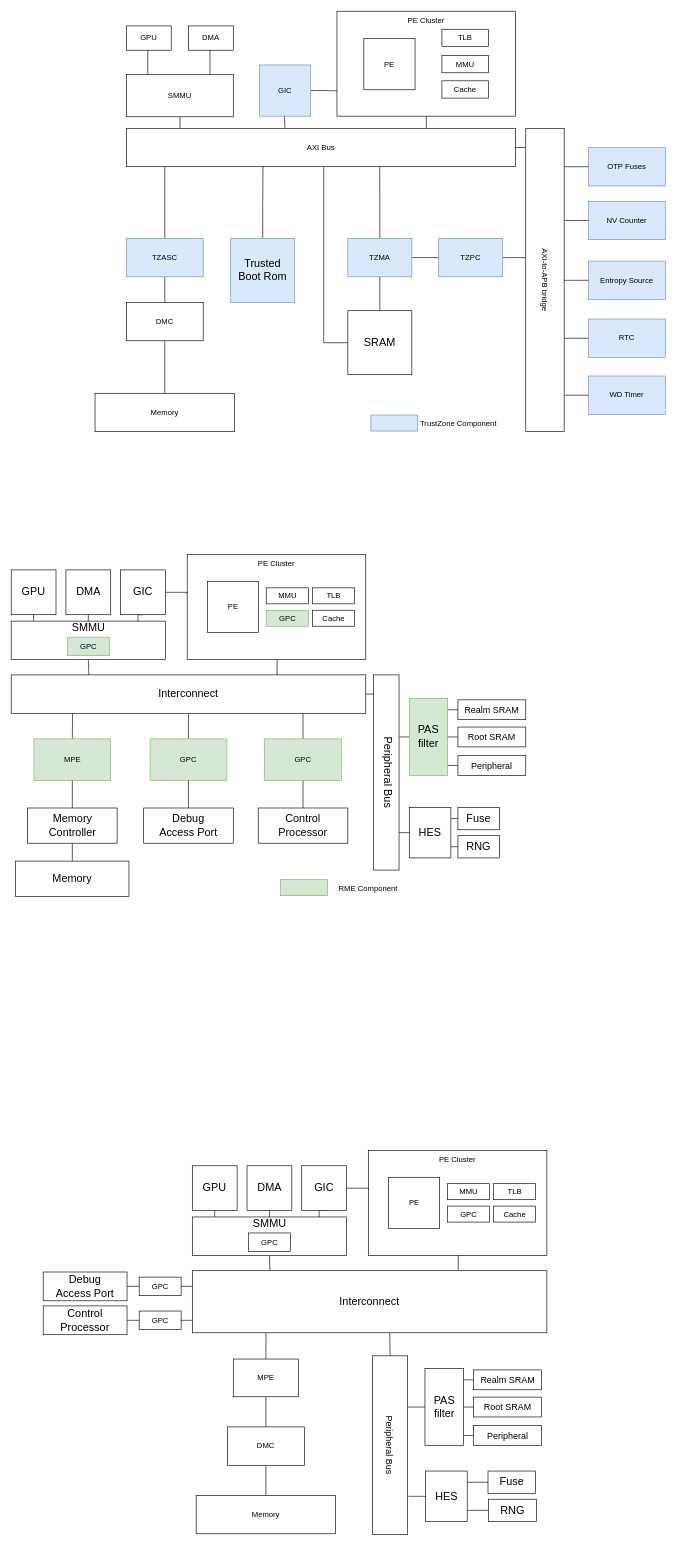
The draw.io diagram p3.drawio in EdisonE3/vue_learn, before the edit. Source tidied: cells renumbered, new cells numbered last; positions are measured from the earlier drawing's top-left corner, leaving out a move shared by most shapes. Both pictures are drawn from the tidied source at 64%, with x=0, y=0 at pixel (11, 11).
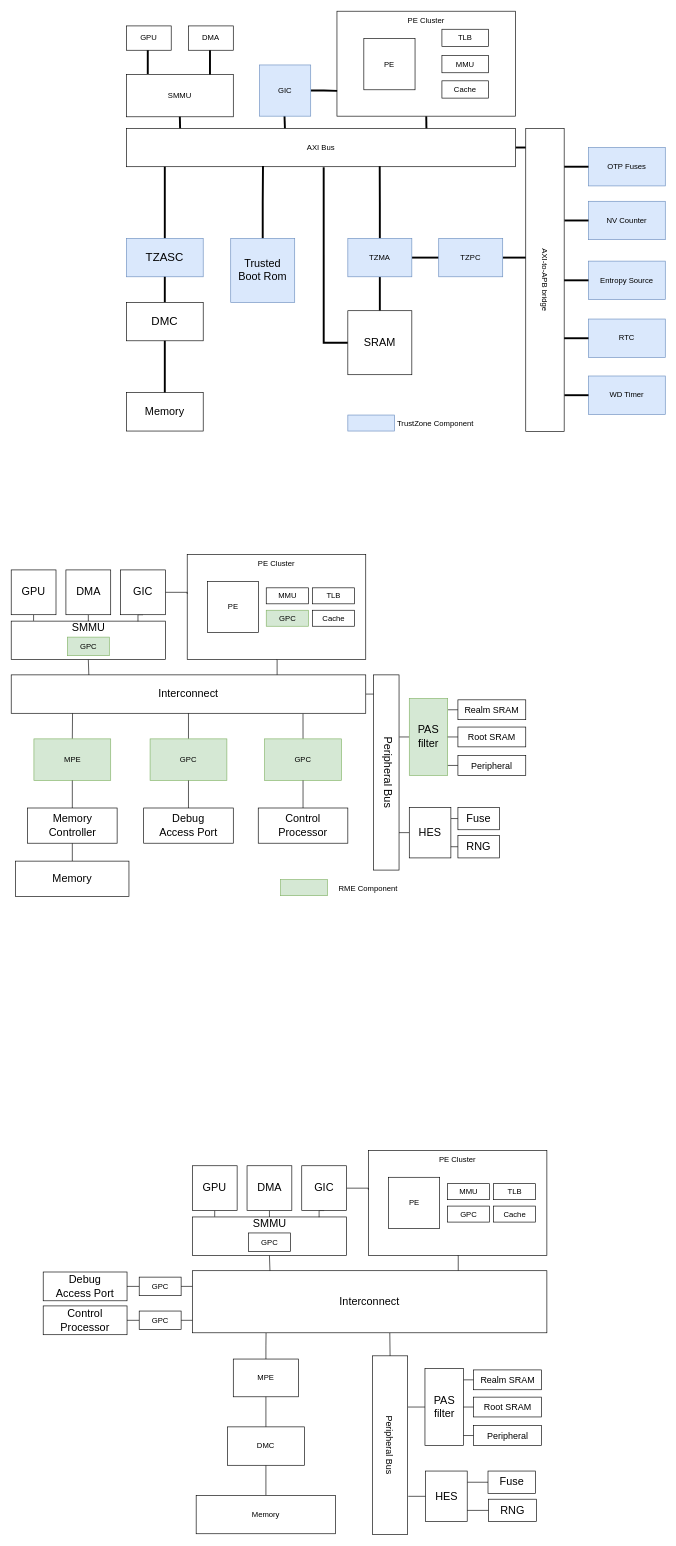
After the change.

The change refers to these unchanged cells:
```xml
<mxCell id="3" value="AXI Bus" style="rounded=0;whiteSpace=wrap;html=1;" parent="1" vertex="1">
  <mxGeometry x="180" y="183" width="608" height="60" as="geometry" />
</mxCell>
<mxCell id="5" style="rounded=0;whiteSpace=wrap;html=1;" parent="1" vertex="1">
  <mxGeometry x="509" width="279" height="164" as="geometry" />
</mxCell>
<mxCell id="8" value="GIC" style="whiteSpace=wrap;html=1;fillColor=#dae8fc;strokeColor=#6c8ebf;" parent="1" vertex="1">
  <mxGeometry x="388" y="84" width="80" height="80" as="geometry" />
</mxCell>
<mxCell id="14" style="group;" parent="1" vertex="1">
  <mxGeometry x="180" y="23" width="167" height="142" as="geometry" />
</mxCell>
<mxCell id="15" value="SMMU" style="rounded=0;whiteSpace=wrap;html=1;" parent="14" vertex="1">
  <mxGeometry y="76" width="167" height="66" as="geometry" />
</mxCell>
<mxCell id="17" value="GPU" style="rounded=0;whiteSpace=wrap;html=1;" parent="14" vertex="1">
  <mxGeometry width="70" height="38" as="geometry" />
</mxCell>
<mxCell id="19" value="DMA" style="rounded=0;whiteSpace=wrap;html=1;" parent="14" vertex="1">
  <mxGeometry x="97" width="70" height="38" as="geometry" />
</mxCell>
<mxCell id="22" style="rounded=0;whiteSpace=wrap;html=1;direction=south;" parent="21" vertex="1">
  <mxGeometry width="60" height="474" as="geometry" />
</mxCell>
<mxCell id="33" value="TZMA" style="rounded=0;whiteSpace=wrap;html=1;fillColor=#dae8fc;strokeColor=#6c8ebf;" parent="1" vertex="1">
  <mxGeometry x="526" y="355" width="100" height="60" as="geometry" />
</mxCell>
<mxCell id="35" value="TZPC" style="rounded=0;whiteSpace=wrap;html=1;fillColor=#dae8fc;strokeColor=#6c8ebf;" parent="1" vertex="1">
  <mxGeometry x="668" y="355" width="100" height="60" as="geometry" />
</mxCell>
<mxCell id="37" value="&lt;font style=&quot;font-size: 17px;&quot;&gt;SRAM&lt;/font&gt;" style="whiteSpace=wrap;html=1;" parent="1" vertex="1">
  <mxGeometry x="526" y="468" width="100" height="100" as="geometry" />
</mxCell>
<mxCell id="39" value="&lt;font style=&quot;font-size: 17px;&quot;&gt;Trusted &lt;br&gt;Boot Rom&lt;/font&gt;" style="whiteSpace=wrap;html=1;fillColor=#dae8fc;strokeColor=#6c8ebf;" parent="1" vertex="1">
  <mxGeometry x="343" y="355" width="100" height="100" as="geometry" />
</mxCell>
<mxCell id="149" value="OTP Fuses" style="rounded=0;whiteSpace=wrap;html=1;fillColor=#dae8fc;strokeColor=#6c8ebf;" parent="148" vertex="1">
  <mxGeometry width="120" height="60" as="geometry" />
</mxCell>
<mxCell id="150" value="NV Counter" style="rounded=0;whiteSpace=wrap;html=1;fillColor=#dae8fc;strokeColor=#6c8ebf;" parent="148" vertex="1">
  <mxGeometry y="84" width="120" height="60" as="geometry" />
</mxCell>
<mxCell id="151" value="Entropy Source" style="rounded=0;whiteSpace=wrap;html=1;fillColor=#dae8fc;strokeColor=#6c8ebf;" parent="148" vertex="1">
  <mxGeometry y="177.5" width="120" height="60" as="geometry" />
</mxCell>
<mxCell id="152" value="RTC" style="rounded=0;whiteSpace=wrap;html=1;fillColor=#dae8fc;strokeColor=#6c8ebf;" parent="148" vertex="1">
  <mxGeometry y="268" width="120" height="60" as="geometry" />
</mxCell>
<mxCell id="153" value="WD Timer" style="rounded=0;whiteSpace=wrap;html=1;fillColor=#dae8fc;strokeColor=#6c8ebf;" parent="148" vertex="1">
  <mxGeometry y="357" width="120" height="60" as="geometry" />
</mxCell>
```

Change to the diagram source:
```diff
@@
-    <mxCell id="2" style="edgeStyle=orthogonalEdgeStyle;rounded=0;jettySize=auto;html=1;exitX=1;exitY=0.5;exitDx=0;exitDy=0;entryX=0.063;entryY=0.998;entryDx=0;entryDy=0;entryPerimeter=0;endArrow=none;endFill=0;" parent="1" edge="1" source="3" target="22">
+    <mxCell id="2" style="edgeStyle=orthogonalEdgeStyle;rounded=0;jettySize=auto;html=1;exitX=1;exitY=0.5;exitDx=0;exitDy=0;entryX=0.063;entryY=0.998;entryDx=0;entryDy=0;entryPerimeter=0;endArrow=none;endFill=0;strokeWidth=3;" parent="1" edge="1" source="3" target="22">
       <mxGeometry relative="1" as="geometry" />
     </mxCell>
@@
-    <mxCell id="4" style="edgeStyle=orthogonalEdgeStyle;rounded=0;jettySize=auto;html=1;exitX=0.5;exitY=1;exitDx=0;exitDy=0;entryX=0.771;entryY=0;entryDx=0;entryDy=0;entryPerimeter=0;endArrow=none;endFill=0;" parent="1" edge="1" source="5" target="3">
+    <mxCell id="4" style="edgeStyle=orthogonalEdgeStyle;rounded=0;jettySize=auto;html=1;exitX=0.5;exitY=1;exitDx=0;exitDy=0;entryX=0.771;entryY=0;entryDx=0;entryDy=0;entryPerimeter=0;endArrow=none;endFill=0;strokeWidth=3;" parent="1" edge="1" source="5" target="3">
       <mxGeometry relative="1" as="geometry" />
     </mxCell>
@@
-    <mxCell id="6" style="edgeStyle=orthogonalEdgeStyle;rounded=0;jettySize=auto;html=1;exitX=1;exitY=0.5;exitDx=0;exitDy=0;entryX=0.001;entryY=0.759;entryDx=0;entryDy=0;entryPerimeter=0;endArrow=none;endFill=0;" parent="1" edge="1" source="8" target="5">
+    <mxCell id="6" style="edgeStyle=orthogonalEdgeStyle;rounded=0;jettySize=auto;html=1;exitX=1;exitY=0.5;exitDx=0;exitDy=0;entryX=0.001;entryY=0.759;entryDx=0;entryDy=0;entryPerimeter=0;endArrow=none;endFill=0;strokeWidth=3;" parent="1" edge="1" source="8" target="5">
       <mxGeometry relative="1" as="geometry" />
     </mxCell>
-    <mxCell id="7" style="edgeStyle=orthogonalEdgeStyle;rounded=0;orthogonalLoop=1;jettySize=auto;html=1;exitX=0.5;exitY=1;exitDx=0;exitDy=0;entryX=0.409;entryY=0.017;entryDx=0;entryDy=0;entryPerimeter=0;endArrow=none;endFill=0;" parent="1" edge="1">
+    <mxCell id="7" style="edgeStyle=orthogonalEdgeStyle;rounded=0;orthogonalLoop=1;jettySize=auto;html=1;exitX=0.5;exitY=1;exitDx=0;exitDy=0;entryX=0.409;entryY=0.017;entryDx=0;entryDy=0;entryPerimeter=0;endArrow=none;endFill=0;strokeWidth=3;" parent="1" edge="1">
       <mxGeometry relative="1" as="geometry">
         <mxPoint x="427" y="163" as="sourcePoint" />
         <mxPoint x="427.7" y="183" as="targetPoint" />
       </mxGeometry>
     </mxCell>
@@
-    <mxCell id="16" style="edgeStyle=orthogonalEdgeStyle;rounded=0;jettySize=auto;html=1;exitX=0.5;exitY=1;exitDx=0;exitDy=0;entryX=0.2;entryY=-0.011;entryDx=0;entryDy=0;entryPerimeter=0;endArrow=none;endFill=0;" parent="14" edge="1" source="17" target="15">
+    <mxCell id="16" style="edgeStyle=orthogonalEdgeStyle;rounded=0;jettySize=auto;html=1;exitX=0.5;exitY=1;exitDx=0;exitDy=0;entryX=0.2;entryY=-0.011;entryDx=0;entryDy=0;entryPerimeter=0;endArrow=none;endFill=0;strokeWidth=3;" parent="14" edge="1" source="17" target="15">
       <mxGeometry relative="1" as="geometry" />
     </mxCell>
@@
-    <mxCell id="18" style="edgeStyle=orthogonalEdgeStyle;rounded=0;jettySize=auto;html=1;exitX=0.5;exitY=1;exitDx=0;exitDy=0;entryX=0.782;entryY=-0.003;entryDx=0;entryDy=0;entryPerimeter=0;endArrow=none;endFill=0;" parent="14" edge="1" source="19" target="15">
+    <mxCell id="18" style="edgeStyle=orthogonalEdgeStyle;rounded=0;jettySize=auto;html=1;exitX=0.5;exitY=1;exitDx=0;exitDy=0;entryX=0.782;entryY=-0.003;entryDx=0;entryDy=0;entryPerimeter=0;endArrow=none;endFill=0;strokeWidth=3;" parent="14" edge="1" source="19" target="15">
       <mxGeometry relative="1" as="geometry" />
     </mxCell>
@@
-    <mxCell id="20" style="edgeStyle=orthogonalEdgeStyle;rounded=0;jettySize=auto;html=1;exitX=0.5;exitY=1;exitDx=0;exitDy=0;entryX=0.138;entryY=0;entryDx=0;entryDy=0;entryPerimeter=0;endArrow=none;endFill=0;" parent="1" edge="1" source="15" target="3">
+    <mxCell id="20" style="edgeStyle=orthogonalEdgeStyle;rounded=0;jettySize=auto;html=1;exitX=0.5;exitY=1;exitDx=0;exitDy=0;entryX=0.138;entryY=0;entryDx=0;entryDy=0;entryPerimeter=0;endArrow=none;endFill=0;strokeWidth=3;" parent="1" edge="1" source="15" target="3">
       <mxGeometry relative="1" as="geometry" />
     </mxCell>
@@
-    <mxCell id="24" style="edgeStyle=orthogonalEdgeStyle;rounded=0;jettySize=auto;html=1;exitX=0.5;exitY=0;exitDx=0;exitDy=0;endArrow=none;endFill=0;" parent="1" edge="1" source="26">
+    <mxCell id="24" style="edgeStyle=orthogonalEdgeStyle;rounded=0;jettySize=auto;html=1;exitX=0.5;exitY=0;exitDx=0;exitDy=0;endArrow=none;endFill=0;strokeWidth=3;" parent="1" edge="1" source="26">
       <mxGeometry relative="1" as="geometry">
         <mxPoint x="240" y="243" as="targetPoint" />
       </mxGeometry>
     </mxCell>
-    <mxCell id="25" style="edgeStyle=orthogonalEdgeStyle;rounded=0;jettySize=auto;html=1;exitX=0.5;exitY=1;exitDx=0;exitDy=0;entryX=0.5;entryY=0;entryDx=0;entryDy=0;endArrow=none;endFill=0;" parent="1" edge="1" source="26" target="28">
-      <mxGeometry relative="1" as="geometry" />
-    </mxCell>
-    <mxCell id="26" value="TZASC" style="rounded=0;whiteSpace=wrap;html=1;fillColor=#dae8fc;strokeColor=#6c8ebf;" parent="1" vertex="1">
+    <mxCell id="26" value="&lt;font style=&quot;font-size: 18px;&quot;&gt;TZASC&lt;/font&gt;" style="rounded=0;whiteSpace=wrap;html=1;fillColor=#dae8fc;strokeColor=#6c8ebf;" parent="1" vertex="1">
       <mxGeometry x="180" y="355" width="120" height="60" as="geometry" />
     </mxCell>
-    <mxCell id="27" style="edgeStyle=orthogonalEdgeStyle;rounded=0;jettySize=auto;html=1;exitX=0.5;exitY=1;exitDx=0;exitDy=0;entryX=0.5;entryY=0;entryDx=0;entryDy=0;endArrow=none;endFill=0;" parent="1" edge="1" source="28" target="29">
-      <mxGeometry relative="1" as="geometry" />
-    </mxCell>
+    <mxCell id="159" style="edgeStyle=orthogonalEdgeStyle;rounded=0;jettySize=auto;html=1;exitX=0.5;exitY=0;exitDx=0;exitDy=0;entryX=0.5;entryY=1;entryDx=0;entryDy=0;fontSize=18;endArrow=none;endFill=0;strokeWidth=3;" parent="1" edge="1" source="28" target="26">
+      <mxGeometry relative="1" as="geometry" />
+    </mxCell>
-    <mxCell id="28" value="DMC" style="rounded=0;whiteSpace=wrap;html=1;" parent="1" vertex="1">
+    <mxCell id="28" value="&lt;font style=&quot;font-size: 18px;&quot;&gt;DMC&lt;/font&gt;" style="rounded=0;whiteSpace=wrap;html=1;" parent="1" vertex="1">
       <mxGeometry x="180" y="455" width="120" height="60" as="geometry" />
     </mxCell>
-    <mxCell id="29" value="Memory" style="rounded=0;whiteSpace=wrap;html=1;" parent="1" vertex="1">
-      <mxGeometry x="131" y="597" width="218" height="60" as="geometry" />
-    </mxCell>
-    <mxCell id="30" style="edgeStyle=orthogonalEdgeStyle;rounded=0;jettySize=auto;html=1;exitX=1;exitY=0.5;exitDx=0;exitDy=0;entryX=0;entryY=0.5;entryDx=0;entryDy=0;fontSize=17;endArrow=none;endFill=0;" parent="1" edge="1" source="33" target="35">
+    <mxCell id="30" style="edgeStyle=orthogonalEdgeStyle;rounded=0;jettySize=auto;html=1;exitX=1;exitY=0.5;exitDx=0;exitDy=0;entryX=0;entryY=0.5;entryDx=0;entryDy=0;fontSize=17;endArrow=none;endFill=0;strokeWidth=3;" parent="1" edge="1" source="33" target="35">
       <mxGeometry relative="1" as="geometry" />
     </mxCell>
-    <mxCell id="31" style="edgeStyle=orthogonalEdgeStyle;rounded=0;jettySize=auto;html=1;exitX=0.5;exitY=1;exitDx=0;exitDy=0;entryX=0.5;entryY=0;entryDx=0;entryDy=0;fontSize=17;endArrow=none;endFill=0;" parent="1" edge="1" source="33" target="37">
+    <mxCell id="31" style="edgeStyle=orthogonalEdgeStyle;rounded=0;jettySize=auto;html=1;exitX=0.5;exitY=1;exitDx=0;exitDy=0;entryX=0.5;entryY=0;entryDx=0;entryDy=0;fontSize=17;endArrow=none;endFill=0;strokeWidth=3;" parent="1" edge="1" source="33" target="37">
       <mxGeometry relative="1" as="geometry" />
     </mxCell>
-    <mxCell id="32" style="edgeStyle=orthogonalEdgeStyle;rounded=0;jettySize=auto;html=1;exitX=0.5;exitY=0;exitDx=0;exitDy=0;entryX=0.651;entryY=0.987;entryDx=0;entryDy=0;entryPerimeter=0;fontSize=17;endArrow=none;endFill=0;" parent="1" edge="1" source="33" target="3">
+    <mxCell id="32" style="edgeStyle=orthogonalEdgeStyle;rounded=0;jettySize=auto;html=1;exitX=0.5;exitY=0;exitDx=0;exitDy=0;entryX=0.651;entryY=0.987;entryDx=0;entryDy=0;entryPerimeter=0;fontSize=17;endArrow=none;endFill=0;strokeWidth=3;" parent="1" edge="1" source="33" target="3">
       <mxGeometry relative="1" as="geometry" />
     </mxCell>
@@
-    <mxCell id="34" style="edgeStyle=orthogonalEdgeStyle;rounded=0;jettySize=auto;html=1;exitX=1;exitY=0.5;exitDx=0;exitDy=0;entryX=0.426;entryY=1.002;entryDx=0;entryDy=0;entryPerimeter=0;endArrow=none;endFill=0;" parent="1" edge="1" source="35" target="22">
+    <mxCell id="34" style="edgeStyle=orthogonalEdgeStyle;rounded=0;jettySize=auto;html=1;exitX=1;exitY=0.5;exitDx=0;exitDy=0;entryX=0.426;entryY=1.002;entryDx=0;entryDy=0;entryPerimeter=0;endArrow=none;endFill=0;strokeWidth=3;" parent="1" edge="1" source="35" target="22">
       <mxGeometry relative="1" as="geometry" />
     </mxCell>
@@
-    <mxCell id="36" style="edgeStyle=orthogonalEdgeStyle;rounded=0;jettySize=auto;html=1;exitX=0;exitY=0.5;exitDx=0;exitDy=0;entryX=0.507;entryY=1.011;entryDx=0;entryDy=0;entryPerimeter=0;fontSize=17;endArrow=none;endFill=0;" parent="1" edge="1" source="37" target="3">
+    <mxCell id="36" style="edgeStyle=orthogonalEdgeStyle;rounded=0;jettySize=auto;html=1;exitX=0;exitY=0.5;exitDx=0;exitDy=0;entryX=0.507;entryY=1.011;entryDx=0;entryDy=0;entryPerimeter=0;fontSize=17;endArrow=none;endFill=0;strokeWidth=3;" parent="1" edge="1" source="37" target="3">
       <mxGeometry relative="1" as="geometry" />
     </mxCell>
@@
-    <mxCell id="38" style="edgeStyle=orthogonalEdgeStyle;rounded=0;jettySize=auto;html=1;exitX=0.5;exitY=0;exitDx=0;exitDy=0;fontSize=17;endArrow=none;endFill=0;entryX=0.351;entryY=0.983;entryDx=0;entryDy=0;entryPerimeter=0;" parent="1" edge="1" source="39" target="3">
+    <mxCell id="38" style="edgeStyle=orthogonalEdgeStyle;rounded=0;jettySize=auto;html=1;exitX=0.5;exitY=0;exitDx=0;exitDy=0;fontSize=17;endArrow=none;endFill=0;entryX=0.351;entryY=0.983;entryDx=0;entryDy=0;entryPerimeter=0;strokeWidth=3;" parent="1" edge="1" source="39" target="3">
       <mxGeometry relative="1" as="geometry" />
     </mxCell>
@@
     <mxCell id="144" style="rounded=0;whiteSpace=wrap;html=1;fillColor=#dae8fc;strokeColor=#6c8ebf;" parent="1" vertex="1">
-      <mxGeometry x="562" y="631" width="73" height="25" as="geometry" />
+      <mxGeometry x="526" y="631" width="73" height="25" as="geometry" />
     </mxCell>
     <mxCell id="145" value="TrustZone Component" style="text;html=1;strokeColor=none;fillColor=none;align=center;verticalAlign=middle;whiteSpace=wrap;rounded=0;" parent="1" vertex="1">
-      <mxGeometry x="635" y="632" width="128" height="25" as="geometry" />
+      <mxGeometry x="599" y="632" width="128" height="25" as="geometry" />
     </mxCell>
@@
-    <mxCell id="154" style="edgeStyle=orthogonalEdgeStyle;rounded=0;jettySize=auto;html=1;exitX=0;exitY=0.5;exitDx=0;exitDy=0;entryX=0.5;entryY=0;entryDx=0;entryDy=0;endArrow=none;endFill=0;" parent="1" edge="1" source="151" target="22">
+    <mxCell id="154" style="edgeStyle=orthogonalEdgeStyle;rounded=0;jettySize=auto;html=1;exitX=0;exitY=0.5;exitDx=0;exitDy=0;entryX=0.5;entryY=0;entryDx=0;entryDy=0;endArrow=none;endFill=0;strokeWidth=3;" parent="1" edge="1" source="151" target="22">
       <mxGeometry relative="1" as="geometry" />
     </mxCell>
-    <mxCell id="155" style="edgeStyle=orthogonalEdgeStyle;rounded=0;jettySize=auto;html=1;exitX=0;exitY=0.5;exitDx=0;exitDy=0;entryX=0.694;entryY=0;entryDx=0;entryDy=0;entryPerimeter=0;endArrow=none;endFill=0;" parent="1" edge="1" source="152" target="22">
+    <mxCell id="155" style="edgeStyle=orthogonalEdgeStyle;rounded=0;jettySize=auto;html=1;exitX=0;exitY=0.5;exitDx=0;exitDy=0;entryX=0.694;entryY=0;entryDx=0;entryDy=0;entryPerimeter=0;endArrow=none;endFill=0;strokeWidth=3;" parent="1" edge="1" source="152" target="22">
       <mxGeometry relative="1" as="geometry" />
     </mxCell>
-    <mxCell id="156" style="edgeStyle=orthogonalEdgeStyle;rounded=0;jettySize=auto;html=1;exitX=0;exitY=0.5;exitDx=0;exitDy=0;entryX=0.88;entryY=-0.009;entryDx=0;entryDy=0;entryPerimeter=0;endArrow=none;endFill=0;" parent="1" edge="1" source="153" target="22">
+    <mxCell id="156" style="edgeStyle=orthogonalEdgeStyle;rounded=0;jettySize=auto;html=1;exitX=0;exitY=0.5;exitDx=0;exitDy=0;entryX=0.88;entryY=-0.009;entryDx=0;entryDy=0;entryPerimeter=0;endArrow=none;endFill=0;strokeWidth=3;" parent="1" edge="1" source="153" target="22">
       <mxGeometry relative="1" as="geometry" />
     </mxCell>
-    <mxCell id="157" style="edgeStyle=orthogonalEdgeStyle;rounded=0;jettySize=auto;html=1;exitX=0;exitY=0.5;exitDx=0;exitDy=0;entryX=0.128;entryY=-0.004;entryDx=0;entryDy=0;entryPerimeter=0;endArrow=none;endFill=0;" parent="1" edge="1" source="149" target="22">
+    <mxCell id="157" style="edgeStyle=orthogonalEdgeStyle;rounded=0;jettySize=auto;html=1;exitX=0;exitY=0.5;exitDx=0;exitDy=0;entryX=0.128;entryY=-0.004;entryDx=0;entryDy=0;entryPerimeter=0;endArrow=none;endFill=0;strokeWidth=3;" parent="1" edge="1" source="149" target="22">
       <mxGeometry relative="1" as="geometry" />
     </mxCell>
-    <mxCell id="158" style="edgeStyle=orthogonalEdgeStyle;rounded=0;jettySize=auto;html=1;exitX=0;exitY=0.5;exitDx=0;exitDy=0;entryX=0.304;entryY=-0.009;entryDx=0;entryDy=0;entryPerimeter=0;endArrow=none;endFill=0;" parent="1" edge="1" source="150" target="22">
+    <mxCell id="158" style="edgeStyle=orthogonalEdgeStyle;rounded=0;jettySize=auto;html=1;exitX=0;exitY=0.5;exitDx=0;exitDy=0;entryX=0.304;entryY=-0.009;entryDx=0;entryDy=0;entryPerimeter=0;endArrow=none;endFill=0;strokeWidth=3;" parent="1" edge="1" source="150" target="22">
       <mxGeometry relative="1" as="geometry" />
     </mxCell>
+    <mxCell id="160" style="edgeStyle=orthogonalEdgeStyle;rounded=0;jettySize=auto;html=1;exitX=0.5;exitY=0;exitDx=0;exitDy=0;entryX=0.5;entryY=1;entryDx=0;entryDy=0;fontSize=18;endArrow=none;endFill=0;strokeWidth=3;" parent="1" edge="1" source="29" target="28">
+      <mxGeometry relative="1" as="geometry" />
+    </mxCell>
+    <mxCell id="29" value="&lt;font style=&quot;font-size: 17px;&quot;&gt;Memory&lt;/font&gt;" style="rounded=0;whiteSpace=wrap;html=1;" parent="1" vertex="1">
+      <mxGeometry x="180" y="596" width="120" height="60" as="geometry" />
+    </mxCell>
```
